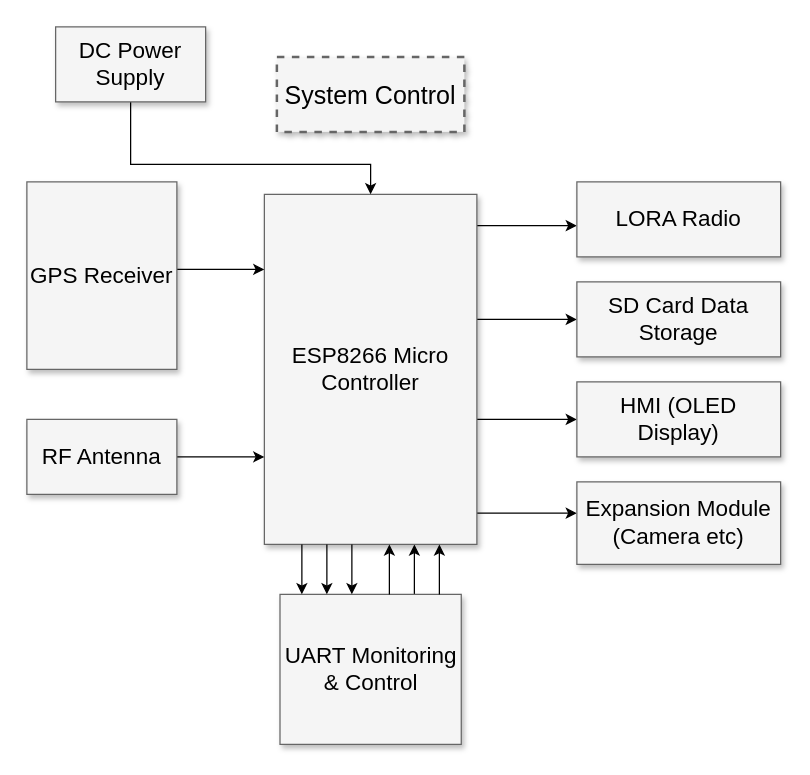
Above: Reference Materials/Flow and Reference Diagrams/Flow Diagram .drawio in MKme/ResQ (draw.io), before the change. Source tidied: cells renumbered, new cells numbered last; positions are measured from the earlier drawing's top-left corner, leaving out a move shared by most shapes. Both pictures are drawn from the tidied source at 125%, with x=0, y=0 at pixel (26, 26).
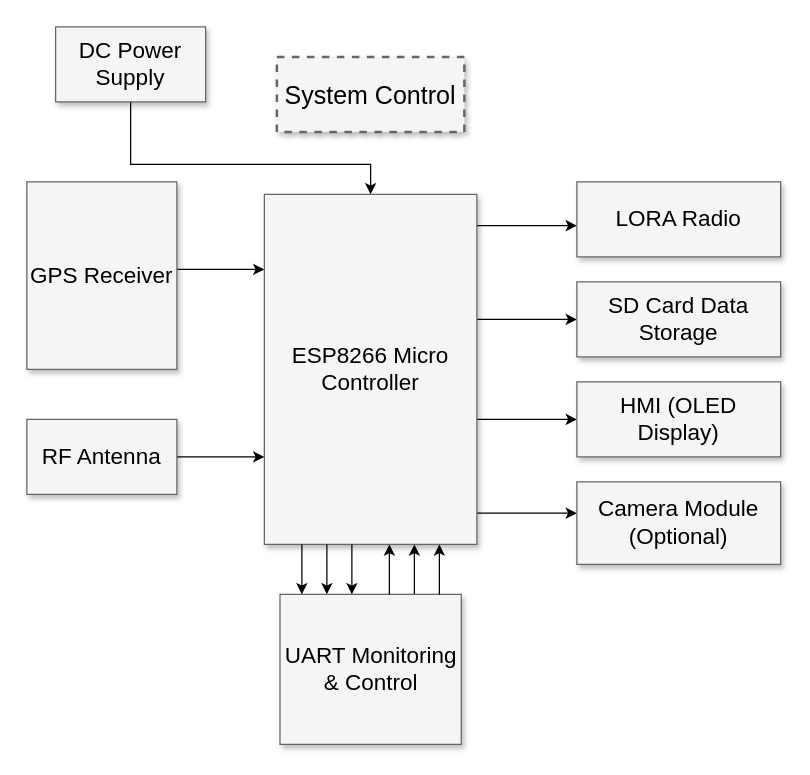
After the change.

Diff of the diagram source:
```diff
@@
-    <mxCell id="12" value="Expansion Module (Camera etc)" style="whiteSpace=wrap;html=1;shadow=1;fontSize=18;fillColor=#f5f5f5;strokeColor=#666666;" parent="1" vertex="1">
+    <mxCell id="12" value="Camera Module (Optional)" style="whiteSpace=wrap;html=1;shadow=1;fontSize=18;fillColor=#f5f5f5;strokeColor=#666666;" parent="1" vertex="1">
       <mxGeometry x="440" y="364" width="163" height="66" as="geometry" />
     </mxCell>
```
